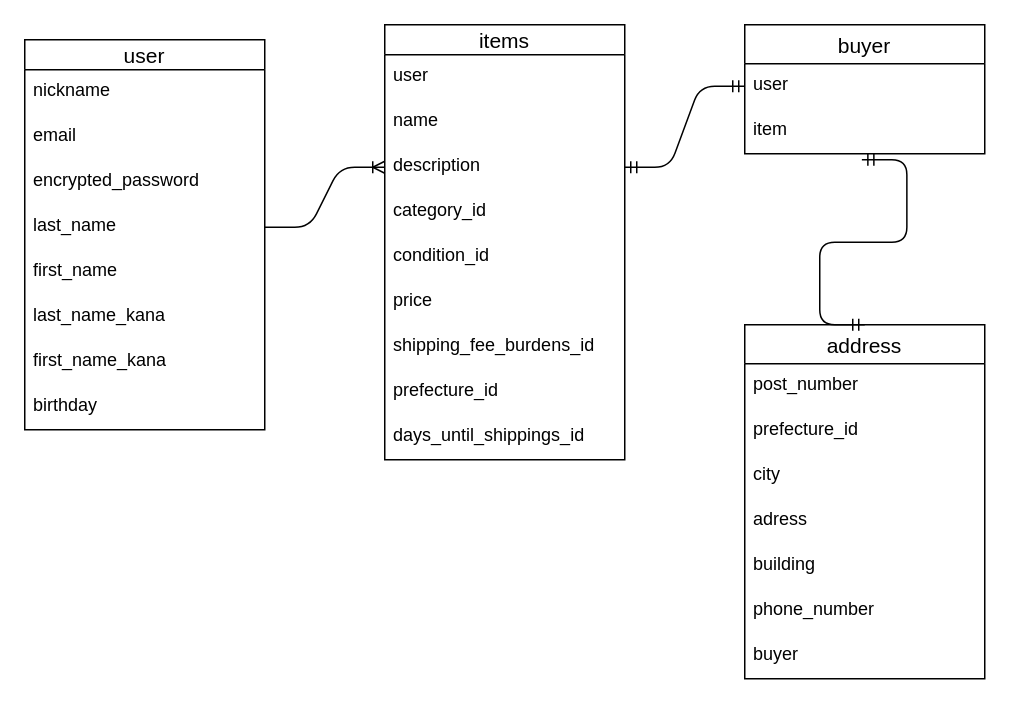
The draw.io diagram ER.dio in srs5576/furima-38524, before the edit. Source tidied: cells renumbered, new cells numbered last; positions are measured from the earlier drawing's top-left corner, leaving out a move shared by most shapes. Both pictures are drawn from the tidied source at 150%, with x=0, y=0 at pixel (24, 24).
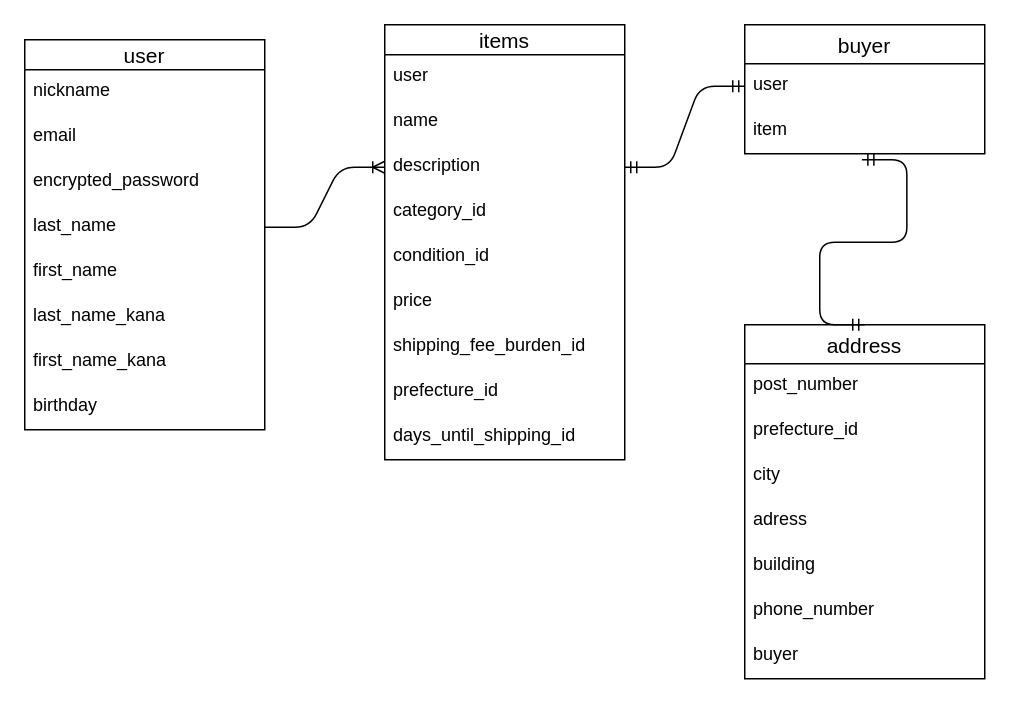
The same page after the edit.

Unchanged cells that the change refers to:
```xml
<mxCell id="11" value="items" style="swimlane;fontStyle=0;horizontal=1;startSize=20;align=center;fontSize=14;" parent="1" vertex="1">
  <mxGeometry x="240" width="160" height="290" as="geometry" />
</mxCell>
```

Diff of the diagram source:
```diff
@@
-    <mxCell id="18" value="shipping_fee_burdens_id" style="text;strokeColor=none;fillColor=none;spacingLeft=4;spacingRight=4;overflow=hidden;fontSize=12;" parent="11" vertex="1">
+    <mxCell id="18" value="shipping_fee_burden_id" style="text;strokeColor=none;fillColor=none;spacingLeft=4;spacingRight=4;overflow=hidden;fontSize=12;" parent="11" vertex="1">
       <mxGeometry y="200" width="160" height="30" as="geometry" />
     </mxCell>
@@
-    <mxCell id="20" value="days_until_shippings_id" style="text;strokeColor=none;fillColor=none;spacingLeft=4;spacingRight=4;overflow=hidden;fontSize=12;" parent="11" vertex="1">
+    <mxCell id="20" value="days_until_shipping_id" style="text;strokeColor=none;fillColor=none;spacingLeft=4;spacingRight=4;overflow=hidden;fontSize=12;" parent="11" vertex="1">
       <mxGeometry y="260" width="160" height="30" as="geometry" />
     </mxCell>
```
